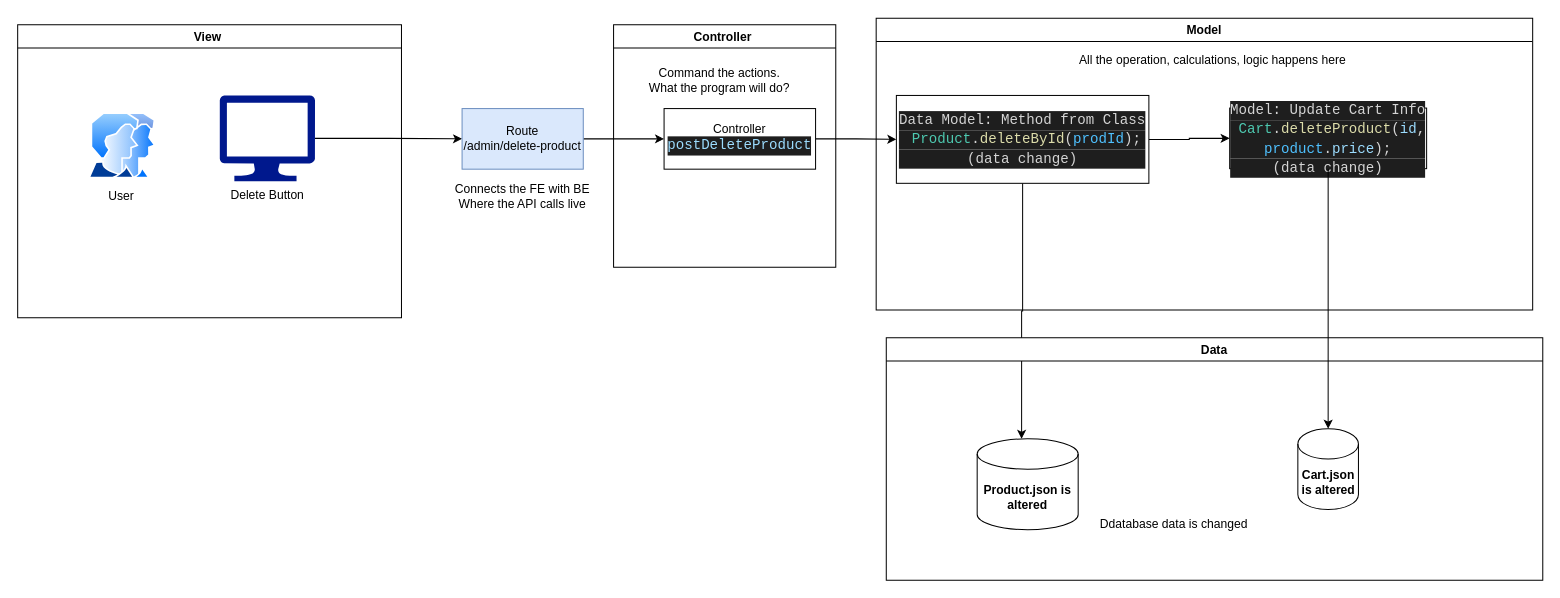
alej96/shopping-app keeps this draw.io diagram as Untitled Diagram.drawio. Above is the earlier version. Source tidied: cells renumbered, new cells numbered last; positions are measured from the earlier drawing's top-left corner, leaving out a move shared by most shapes. Both pictures are drawn from the tidied source at 101%, with x=0, y=0 at pixel (17, 18).
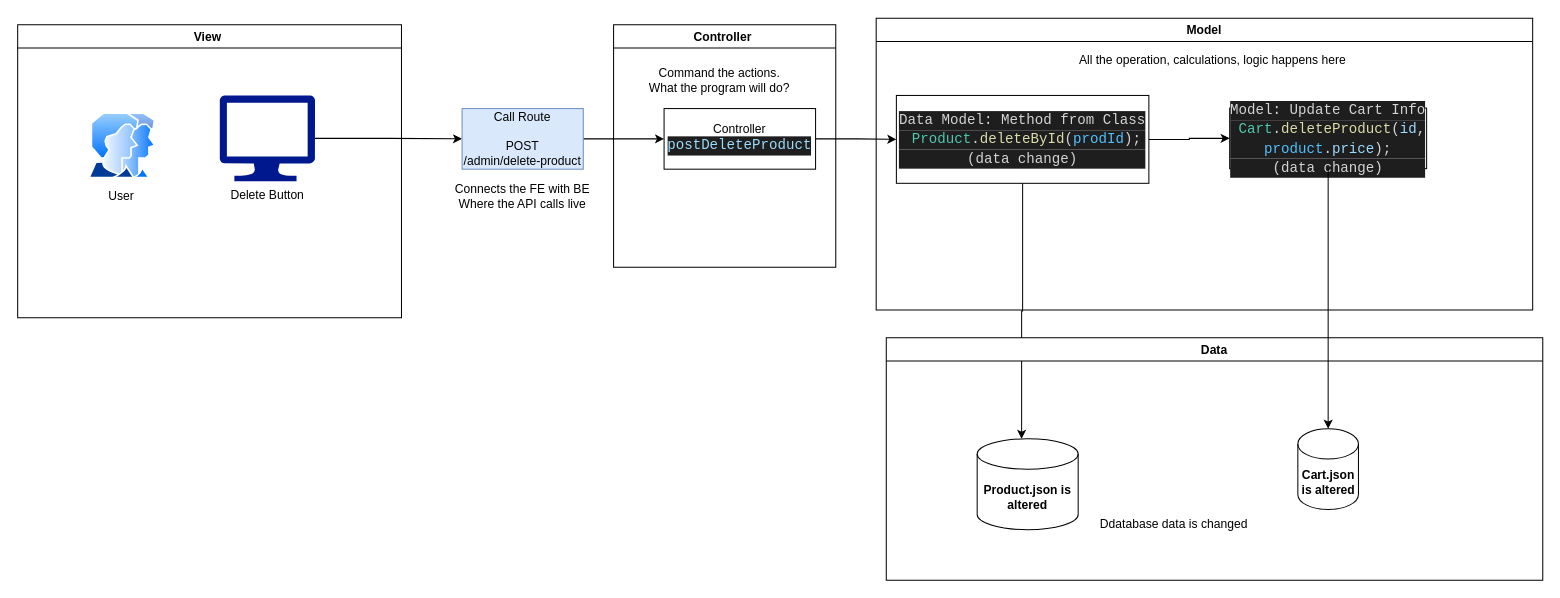
The same diagram, later.

What changed in the source:
```diff
@@
-    <mxCell id="5" value="Route&lt;br&gt;/admin/delete-product" style="rounded=0;whiteSpace=wrap;html=1;fillColor=#dae8fc;strokeColor=#6c8ebf;" parent="1" vertex="1">
+    <mxCell id="5" value="Call Route&lt;br&gt;&lt;br&gt;POST&lt;br&gt;/admin/delete-product" style="rounded=0;whiteSpace=wrap;html=1;fillColor=#dae8fc;strokeColor=#6c8ebf;" parent="1" vertex="1">
       <mxGeometry x="440" y="89" width="120" height="60" as="geometry" />
     </mxCell>
```
